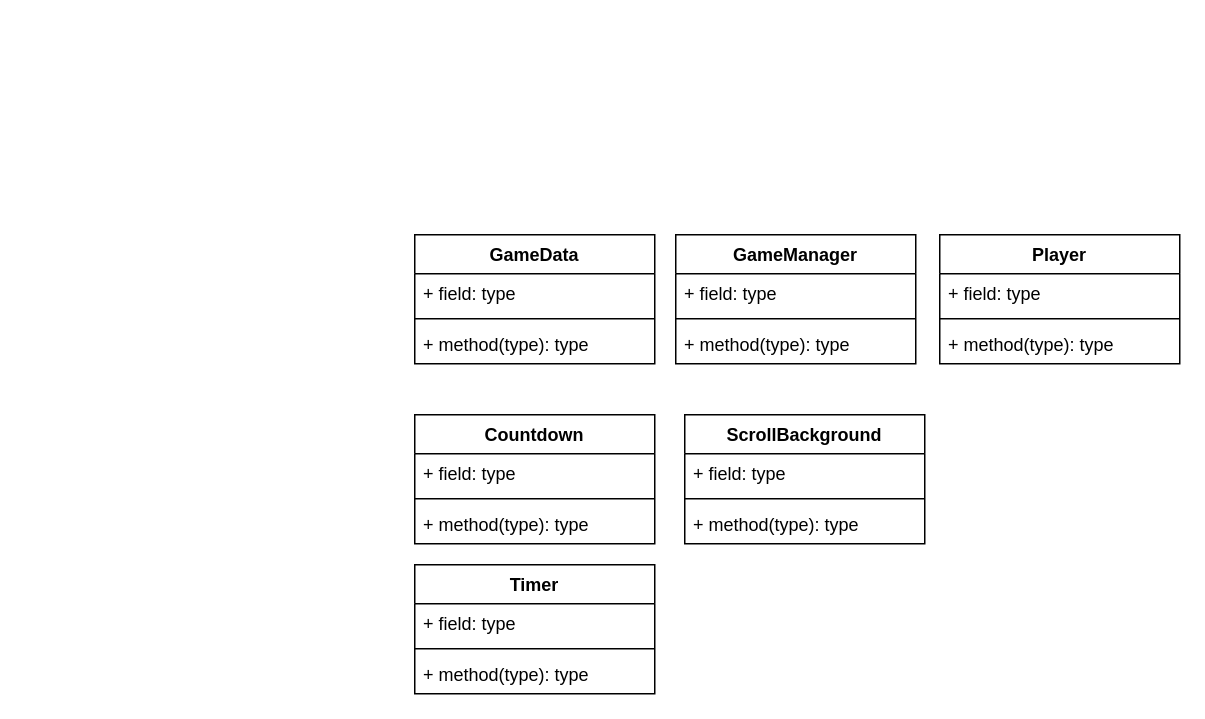
The draw.io diagram RunnerClassDiagram.drawio in KimColl/OOP_Kimberley_Level6_FirstYear, before the edit. Source tidied: cells renumbered, new cells numbered last; positions are measured from the earlier drawing's top-left corner, leaving out a move shared by most shapes. Both pictures are drawn from the tidied source at 150%, with x=0, y=0 at pixel (414, 234).
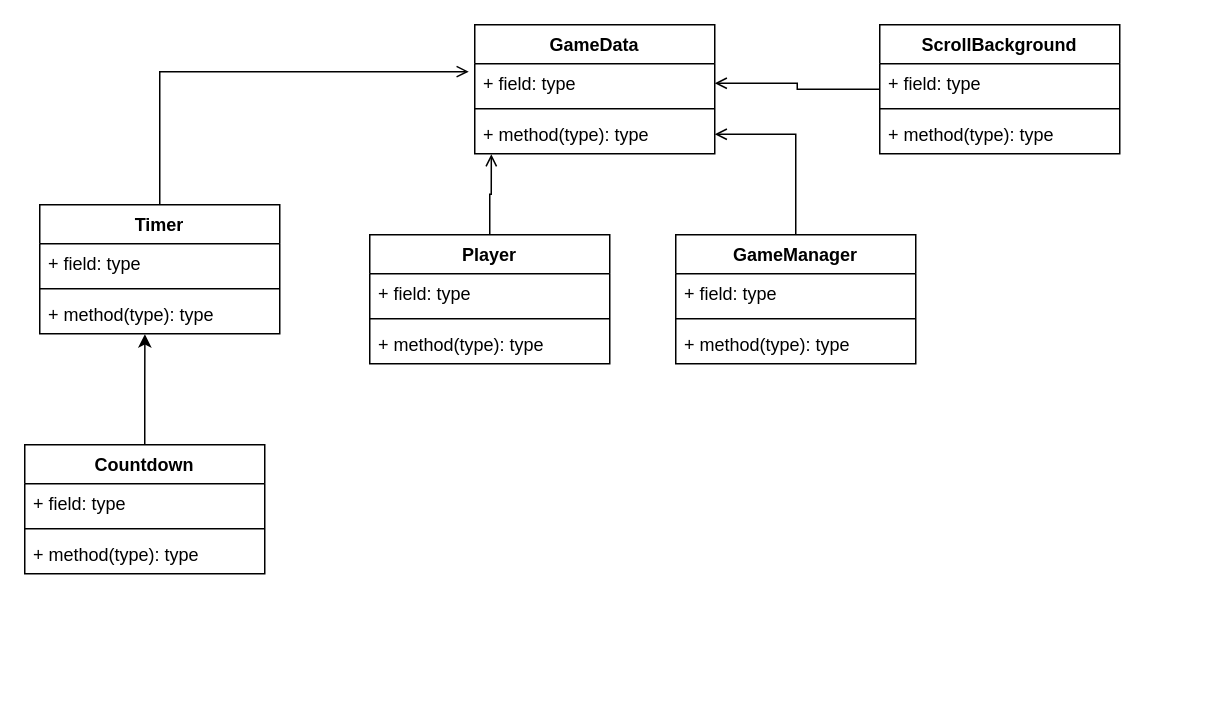
After the change.

Unchanged cells that the change refers to:
```xml
<mxCell id="3" value="+ field: type" style="text;strokeColor=none;fillColor=none;align=left;verticalAlign=top;spacingLeft=4;spacingRight=4;overflow=hidden;points=[[0,0.5],[1,0.5]];portConstraint=eastwest;" parent="2" vertex="1">
  <mxGeometry y="26" width="160" height="26" as="geometry" />
</mxCell>
<mxCell id="5" value="+ method(type): type" style="text;strokeColor=none;fillColor=none;align=left;verticalAlign=top;spacingLeft=4;spacingRight=4;overflow=hidden;points=[[0,0.5],[1,0.5]];portConstraint=eastwest;" parent="2" vertex="1">
  <mxGeometry y="60" width="160" height="26" as="geometry" />
</mxCell>
<mxCell id="6" value="GameManager" style="swimlane;fontStyle=1;align=center;verticalAlign=top;horizontal=1;startSize=26;" parent="1" vertex="1">
  <mxGeometry x="174" width="160" height="86" as="geometry" />
</mxCell>
<mxCell id="25" value="+ method(type): type" style="text;strokeColor=none;fillColor=none;align=left;verticalAlign=top;spacingLeft=4;spacingRight=4;overflow=hidden;points=[[0,0.5],[1,0.5]];portConstraint=eastwest;" parent="22" vertex="1">
  <mxGeometry y="60" width="160" height="26" as="geometry" />
</mxCell>
```

The edit, as a diff of the source:
```diff
@@
     <mxCell id="2" value="GameData" style="swimlane;fontStyle=1;align=center;verticalAlign=top;horizontal=1;startSize=26;" parent="1" vertex="1">
-      <mxGeometry width="160" height="86" as="geometry" />
+      <mxGeometry x="40" y="-140" width="160" height="86" as="geometry" />
     </mxCell>
@@
+    <mxCell id="26" style="edgeStyle=orthogonalEdgeStyle;rounded=0;jettySize=auto;html=1;endArrow=open;endFill=0;" parent="1" edge="1" source="6" target="5">
+      <mxGeometry relative="1" as="geometry" />
+    </mxCell>
@@
+    <mxCell id="27" style="edgeStyle=orthogonalEdgeStyle;rounded=0;jettySize=auto;html=1;entryX=0.069;entryY=1.01;entryDx=0;entryDy=0;entryPerimeter=0;endArrow=open;endFill=0;" parent="1" edge="1" source="10" target="5">
+      <mxGeometry relative="1" as="geometry" />
+    </mxCell>
     <mxCell id="10" value="Player" style="swimlane;fontStyle=1;align=center;verticalAlign=top;horizontal=1;startSize=26;" parent="1" vertex="1">
-      <mxGeometry x="350" width="160" height="86" as="geometry" />
+      <mxGeometry x="-30" width="160" height="86" as="geometry" />
     </mxCell>
@@
+    <mxCell id="28" style="edgeStyle=orthogonalEdgeStyle;rounded=0;jettySize=auto;html=1;entryX=0.438;entryY=1.01;entryDx=0;entryDy=0;entryPerimeter=0;endArrow=classic;endFill=1;" parent="1" edge="1" source="14" target="25">
+      <mxGeometry relative="1" as="geometry" />
+    </mxCell>
     <mxCell id="14" value="Countdown" style="swimlane;fontStyle=1;align=center;verticalAlign=top;horizontal=1;startSize=26;" parent="1" vertex="1">
-      <mxGeometry y="120" width="160" height="86" as="geometry" />
+      <mxGeometry x="-260" y="140" width="160" height="86" as="geometry" />
     </mxCell>
@@
+    <mxCell id="29" style="edgeStyle=orthogonalEdgeStyle;rounded=0;jettySize=auto;html=1;endArrow=open;endFill=0;" parent="1" edge="1" source="18" target="3">
+      <mxGeometry relative="1" as="geometry" />
+    </mxCell>
     <mxCell id="18" value="ScrollBackground" style="swimlane;fontStyle=1;align=center;verticalAlign=top;horizontal=1;startSize=26;" parent="1" vertex="1">
-      <mxGeometry x="180" y="120" width="160" height="86" as="geometry" />
+      <mxGeometry x="310" y="-140" width="160" height="86" as="geometry" />
     </mxCell>
@@
+    <mxCell id="30" style="edgeStyle=orthogonalEdgeStyle;rounded=0;jettySize=auto;html=1;entryX=-0.025;entryY=0.202;entryDx=0;entryDy=0;entryPerimeter=0;endArrow=open;endFill=0;" parent="1" edge="1" source="22" target="3">
+      <mxGeometry relative="1" as="geometry" />
+    </mxCell>
     <mxCell id="22" value="Timer" style="swimlane;fontStyle=1;align=center;verticalAlign=top;horizontal=1;startSize=26;" parent="1" vertex="1">
-      <mxGeometry y="220" width="160" height="86" as="geometry" />
+      <mxGeometry x="-250" y="-20" width="160" height="86" as="geometry" />
     </mxCell>
```
